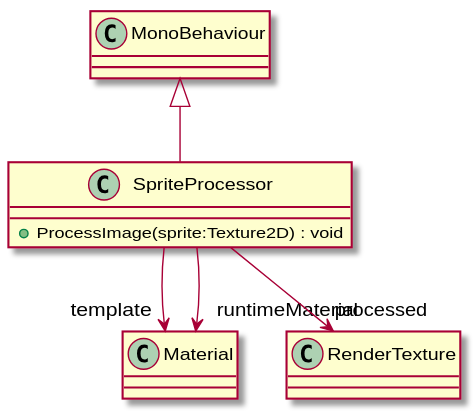
Earlier version of the PlantUML export UML/Assets/Scripts/SpriteProcessor.svg (streepje8/ToolDev2023).
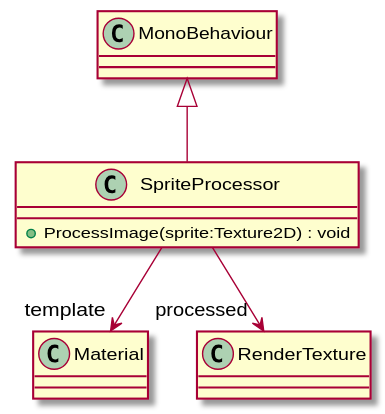
The same file after the commit.

What changed in the source:
```diff
@@ -4,6 +4,5 @@
 }
 MonoBehaviour <|-- SpriteProcessor
 SpriteProcessor --> "template" Material
-SpriteProcessor --> "runtimeMaterial" Material
 SpriteProcessor --> "processed" RenderTexture
 @enduml
```
